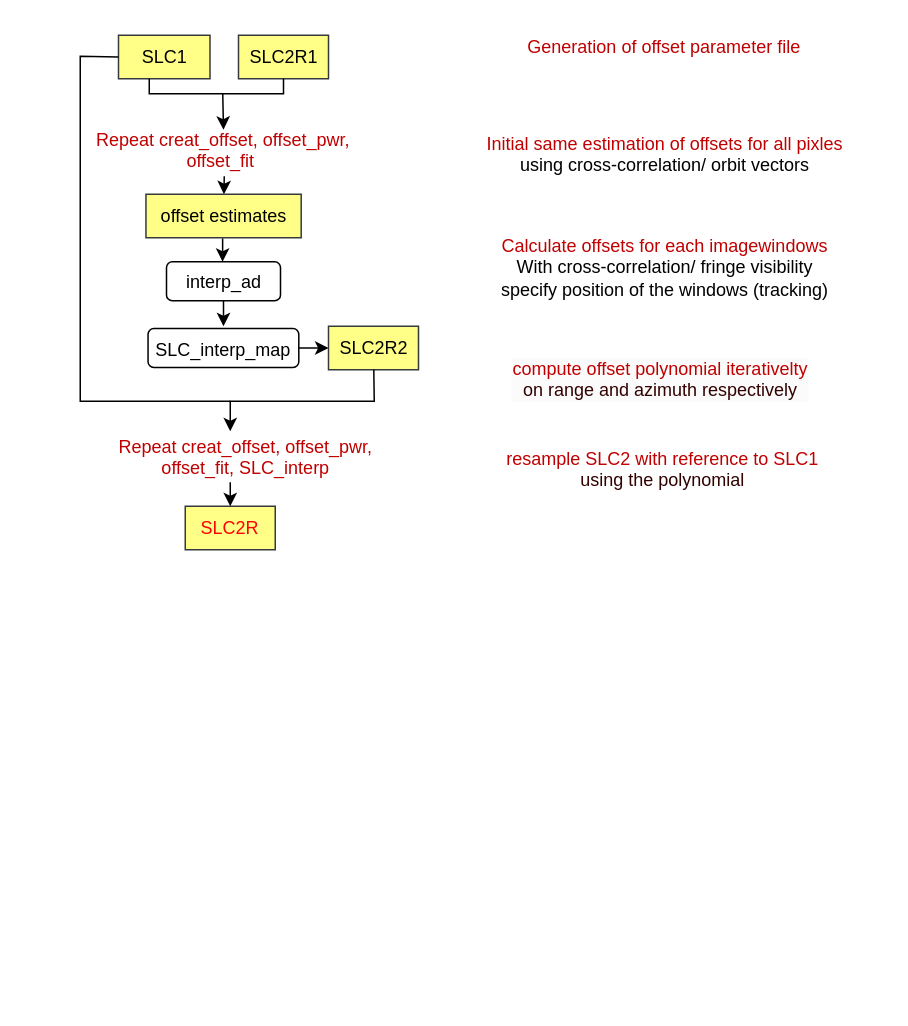
Earlier version of the draw.io diagram FlowChart/InSAR_Processing_SAOCOM.drawio (LX850569127/DrawIO). Source tidied: cells renumbered, new cells numbered last; positions are measured from the earlier drawing's top-left corner, leaving out a move shared by most shapes. Both pictures are drawn from the tidied source at 150%, with x=0, y=0 at pixel (57, 26).
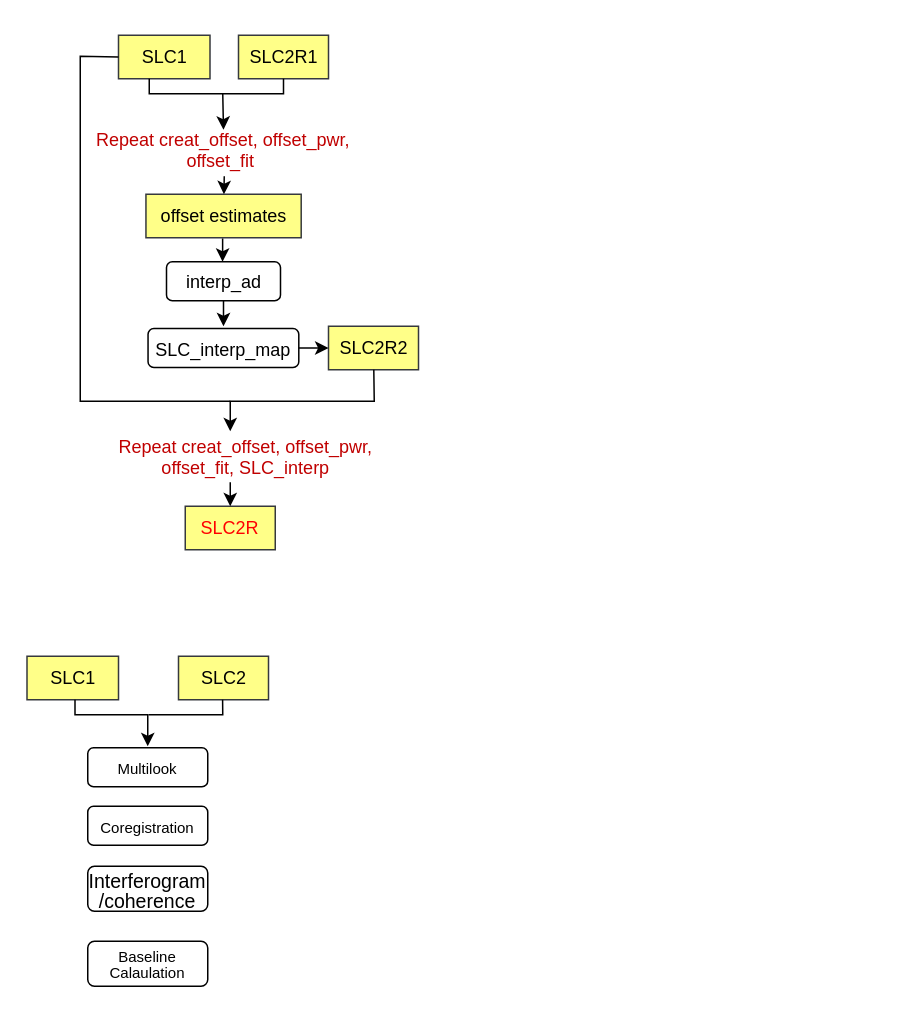
The same page after the edit.

Diff of the diagram source:
```diff
@@
-    <mxCell id="2" value="&lt;p style=&quot;language:en-CH;margin-top:0pt;margin-bottom:0pt;margin-left:0in;&lt;br/&gt;text-align:left;direction:ltr;unicode-bidi:embed;mso-line-break-override:none;&lt;br/&gt;word-break:normal;punctuation-wrap:hanging&quot;&gt;&lt;span style=&quot;color: rgb(192, 0, 0); font-weight: normal; font-style: normal; vertical-align: baseline;&quot;&gt;&lt;font style=&quot;font-size: 12px;&quot;&gt;Generation of offset parameter file&lt;/font&gt;&lt;/span&gt;&lt;/p&gt;" style="text;whiteSpace=wrap;html=1;align=center;" parent="1" vertex="1">
-      <mxGeometry x="294" width="221" height="30" as="geometry" />
-    </mxCell>
-    <mxCell id="3" value="&lt;p style=&quot;margin-top: 0pt; margin-bottom: 0pt; margin-left: 0in; direction: ltr; unicode-bidi: embed; word-break: normal;&quot;&gt;&lt;font face=&quot;Helvetica&quot; style=&quot;font-size: 12px;&quot;&gt;&lt;font color=&quot;#c00000&quot;&gt;Initial same estimation of offsets for all pixles&lt;/font&gt;&lt;br&gt;&lt;/font&gt;&lt;/p&gt;&lt;p style=&quot;margin-top: 0pt; margin-bottom: 0pt; margin-left: 0in; direction: ltr; unicode-bidi: embed; word-break: normal;&quot;&gt;&lt;span style=&quot;color: black;&quot;&gt;&lt;font face=&quot;V_lDkOHhxB9C8dfyVclu&quot; style=&quot;font-size: 12px;&quot;&gt;using cross-correlation/ orbit vectors &lt;/font&gt;&lt;/span&gt;&lt;/p&gt;" style="text;whiteSpace=wrap;html=1;align=center;" parent="1" vertex="1">
-      <mxGeometry x="259.5" y="65" width="290" height="40" as="geometry" />
-    </mxCell>
-    <mxCell id="4" value="&lt;p style=&quot;margin-top: 0pt; margin-bottom: 0pt; margin-left: 0in; direction: ltr; unicode-bidi: embed; word-break: normal;&quot;&gt;&lt;span style=&quot;color: rgb(192, 0, 0);&quot;&gt;&lt;font style=&quot;font-size: 12px;&quot;&gt;Calculate offsets for each imagewindows &lt;/font&gt;&lt;/span&gt;&lt;/p&gt;&lt;p style=&quot;margin-top: 0pt; margin-bottom: 0pt; margin-left: 0in; direction: ltr; unicode-bidi: embed; word-break: normal;&quot;&gt;&lt;span style=&quot;color: black;&quot;&gt;&lt;font style=&quot;font-size: 12px;&quot;&gt;With cross-correlation/ fringe visibility&lt;/font&gt;&lt;/span&gt;&lt;/p&gt;&lt;p style=&quot;margin-top: 0pt; margin-bottom: 0pt; margin-left: 0in; direction: ltr; unicode-bidi: embed; word-break: normal;&quot;&gt;&lt;font face=&quot;Helvetica&quot; style=&quot;font-size: 12px;&quot;&gt;&lt;span style=&quot;color: black;&quot;&gt;specify position of the &lt;/span&gt;windows (tracking)&lt;/font&gt;&lt;/p&gt;" style="text;whiteSpace=wrap;html=1;align=center;" parent="1" vertex="1">
-      <mxGeometry x="259.5" y="132.5" width="290" height="60" as="geometry" />
-    </mxCell>
-    <mxCell id="5" value="&lt;p style=&quot;forced-color-adjust: none; font-family: Helvetica; font-size: 12px; font-style: normal; font-variant-ligatures: normal; font-variant-caps: normal; font-weight: 400; letter-spacing: normal; orphans: 2; text-indent: 0px; text-transform: none; widows: 2; word-spacing: 0px; -webkit-text-stroke-width: 0px; white-space: normal; background-color: rgb(251, 251, 251); text-decoration-thickness: initial; text-decoration-style: initial; text-decoration-color: initial; margin-top: 0pt; margin-bottom: 0pt; margin-left: 0in; direction: ltr; unicode-bidi: embed; word-break: normal;&quot;&gt;&lt;font color=&quot;#c00000&quot;&gt;compute offset polynomial iterativelty &lt;/font&gt;&lt;font color=&quot;#330000&quot;&gt;on range and azimuth respectively&lt;/font&gt;&lt;/p&gt;" style="text;whiteSpace=wrap;html=1;align=center;" parent="1" vertex="1">
-      <mxGeometry x="302" y="215" width="200" height="40" as="geometry" />
-    </mxCell>
-    <mxCell id="6" value="&lt;div style=&quot;text-align: center;&quot;&gt;&lt;font color=&quot;#c00000&quot;&gt;resample SLC2 with reference to SLC1 &lt;/font&gt;&lt;font color=&quot;#330000&quot;&gt;using the polynomial&lt;/font&gt;&lt;/div&gt;" style="text;whiteSpace=wrap;html=1;" parent="1" vertex="1">
-      <mxGeometry x="284.5" y="275" width="235" height="40" as="geometry" />
-    </mxCell>
@@
+    <mxCell id="25" value="SLC2" style="rounded=0;whiteSpace=wrap;html=1;fillColor=#ffff88;strokeColor=#36393d;" parent="1" vertex="1">
+      <mxGeometry x="80.5" y="420" width="60" height="29" as="geometry" />
+    </mxCell>
+    <mxCell id="26" value="SLC1" style="rounded=0;whiteSpace=wrap;html=1;fillColor=#ffff88;strokeColor=#36393d;" parent="1" vertex="1">
+      <mxGeometry x="-20.5" y="420" width="61" height="29" as="geometry" />
+    </mxCell>
+    <mxCell id="27" style="endArrow=classic;html=1;rounded=0;" parent="1" edge="1">
+      <mxGeometry relative="1" as="geometry">
+        <mxPoint x="11.5" y="449" as="sourcePoint" />
+        <mxPoint x="60" y="480" as="targetPoint" />
+        <Array as="points">
+          <mxPoint x="11.5" y="459" />
+          <mxPoint x="60" y="459" />
+        </Array>
+      </mxGeometry>
+    </mxCell>
+    <mxCell id="28" style="endArrow=none;html=1;rounded=0;endFill=0;exitX=0.49;exitY=1.002;exitDx=0;exitDy=0;exitPerimeter=0;" parent="1" edge="1" source="25">
+      <mxGeometry relative="1" as="geometry">
+        <mxPoint x="60.5" y="459" as="targetPoint" />
+        <Array as="points">
+          <mxPoint x="110" y="459" />
+          <mxPoint x="60.5" y="459" />
+        </Array>
+      </mxGeometry>
+    </mxCell>
+    <mxCell id="29" value="&lt;font style=&quot;font-size: 10px;&quot;&gt;Multilook&lt;/font&gt;" style="rounded=1;whiteSpace=wrap;html=1;fontSize=14;" parent="1" vertex="1">
+      <mxGeometry x="20" y="481" width="80" height="26" as="geometry" />
+    </mxCell>
+    <mxCell id="30" value="&lt;font style=&quot;font-size: 10px;&quot;&gt;Coregistration&lt;/font&gt;" style="rounded=1;whiteSpace=wrap;html=1;fontSize=14;" parent="1" vertex="1">
+      <mxGeometry x="20" y="520" width="80" height="26" as="geometry" />
+    </mxCell>
+    <mxCell id="31" value="&lt;font style=&quot;font-size: 13px;&quot;&gt;Interferogram&lt;/font&gt;&lt;div style=&quot;line-height: 80%; font-size: 13px;&quot;&gt;&lt;font style=&quot;font-size: 13px;&quot;&gt;/coherence&lt;/font&gt;&lt;/div&gt;" style="rounded=1;whiteSpace=wrap;html=1;fontSize=14;" parent="1" vertex="1">
+      <mxGeometry x="20" y="560" width="80" height="30" as="geometry" />
+    </mxCell>
+    <mxCell id="32" value="&lt;p style=&quot;line-height: 68%;&quot;&gt;&lt;span style=&quot;font-size: 10px;&quot;&gt;Baseline Calaulation&lt;/span&gt;&lt;/p&gt;" style="rounded=1;whiteSpace=wrap;html=1;fontSize=14;" parent="1" vertex="1">
+      <mxGeometry x="20" y="610" width="80" height="30" as="geometry" />
+    </mxCell>
```
